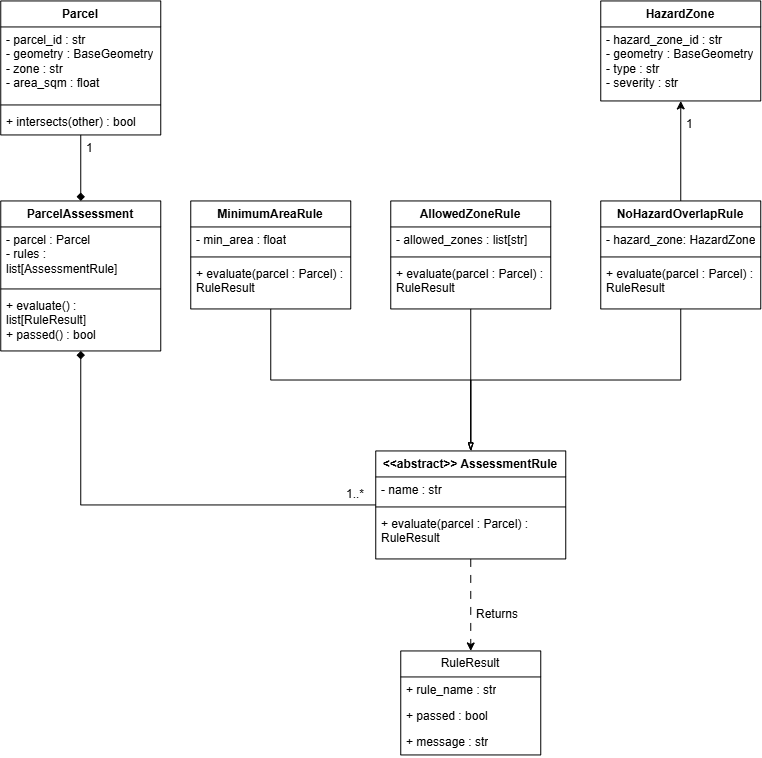
Before: diagrams/lab5_uml.png, a diagram exported from draw.io (allysamaxined/gme205-lab5). Source tidied: cells renumbered, new cells last; positions are measured from the earlier drawing's top-left corner, leaving out a move shared by most shapes. The source it was exported from:
```xml
<mxGraphModel background="light-dark(#FFFFFF,#121212)">
  <root>
    <mxCell id="0" />
    <mxCell id="1" parent="0" />
    <mxCell id="2" style="edgeStyle=orthogonalEdgeStyle;rounded=0;jettySize=auto;html=1;exitX=0.5;exitY=1;exitDx=0;exitDy=0;entryX=0.5;entryY=0;entryDx=0;entryDy=0;endArrow=diamond;endFill=1;" parent="1" edge="1" source="3" target="33">
      <mxGeometry relative="1" as="geometry" />
    </mxCell>
    <mxCell id="3" value="Parcel" style="swimlane;fontStyle=1;align=center;verticalAlign=top;horizontal=1;startSize=26;whiteSpace=wrap;html=1;" parent="1" vertex="1">
      <mxGeometry width="160" height="134" as="geometry" />
    </mxCell>
    <mxCell id="4" value="- parcel_id : str&lt;div&gt;- geometry : BaseGeometry&lt;/div&gt;&lt;div&gt;- zone : str&lt;/div&gt;&lt;div&gt;- area_sqm : float&lt;/div&gt;" style="text;strokeColor=none;fillColor=none;align=left;verticalAlign=top;spacingLeft=4;spacingRight=4;overflow=hidden;whiteSpace=wrap;html=1;" parent="3" vertex="1">
      <mxGeometry y="26" width="160" height="74" as="geometry" />
    </mxCell>
    <mxCell id="5" style="line;strokeWidth=1;fillColor=none;align=left;verticalAlign=middle;spacingTop=-1;spacingLeft=3;spacingRight=3;labelPosition=right;strokeColor=inherit;" parent="3" vertex="1">
      <mxGeometry y="100" width="160" height="8" as="geometry" />
    </mxCell>
    <mxCell id="6" value="+ intersects(other) : bool" style="text;strokeColor=none;fillColor=none;align=left;verticalAlign=top;spacingLeft=4;spacingRight=4;overflow=hidden;whiteSpace=wrap;html=1;" parent="3" vertex="1">
      <mxGeometry y="108" width="160" height="26" as="geometry" />
    </mxCell>
    <mxCell id="7" style="edgeStyle=orthogonalEdgeStyle;rounded=0;jettySize=auto;html=1;exitX=0.5;exitY=1;exitDx=0;exitDy=0;entryX=0.5;entryY=0;entryDx=0;entryDy=0;dashed=1;dashPattern=8 8;" parent="1" edge="1" source="9" target="29">
      <mxGeometry relative="1" as="geometry" />
    </mxCell>
    <mxCell id="8" style="edgeStyle=orthogonalEdgeStyle;rounded=0;jettySize=auto;html=1;exitX=0;exitY=0.5;exitDx=0;exitDy=0;endArrow=diamond;endFill=1;" parent="1" edge="1" source="9">
      <mxGeometry relative="1" as="geometry">
        <mxPoint x="80" y="350" as="targetPoint" />
      </mxGeometry>
    </mxCell>
    <mxCell id="9" value="&amp;lt;&amp;lt;abstract&amp;gt;&amp;gt; AssessmentRule" style="swimlane;fontStyle=1;align=center;verticalAlign=top;horizontal=1;startSize=26;whiteSpace=wrap;html=1;" parent="1" vertex="1">
      <mxGeometry x="375" y="450" width="190" height="108" as="geometry" />
    </mxCell>
    <mxCell id="10" value="- name : str" style="text;strokeColor=none;fillColor=none;align=left;verticalAlign=top;spacingLeft=4;spacingRight=4;overflow=hidden;whiteSpace=wrap;html=1;" parent="9" vertex="1">
      <mxGeometry y="26" width="190" height="26" as="geometry" />
    </mxCell>
    <mxCell id="11" style="line;strokeWidth=1;fillColor=none;align=left;verticalAlign=middle;spacingTop=-1;spacingLeft=3;spacingRight=3;labelPosition=right;strokeColor=inherit;" parent="9" vertex="1">
      <mxGeometry y="52" width="190" height="8" as="geometry" />
    </mxCell>
    <mxCell id="12" value="+ evaluate(parcel : Parcel) : RuleResult" style="text;strokeColor=none;fillColor=none;align=left;verticalAlign=top;spacingLeft=4;spacingRight=4;overflow=hidden;whiteSpace=wrap;html=1;" parent="9" vertex="1">
      <mxGeometry y="60" width="190" height="48" as="geometry" />
    </mxCell>
    <mxCell id="13" style="edgeStyle=orthogonalEdgeStyle;rounded=0;jettySize=auto;html=1;exitX=0.5;exitY=1;exitDx=0;exitDy=0;entryX=0.5;entryY=0;entryDx=0;entryDy=0;endArrow=blockThin;endFill=0;" parent="1" edge="1" source="14" target="9">
      <mxGeometry relative="1" as="geometry" />
    </mxCell>
    <mxCell id="14" value="MinimumAreaRule" style="swimlane;fontStyle=1;align=center;verticalAlign=top;horizontal=1;startSize=26;whiteSpace=wrap;html=1;" parent="1" vertex="1">
      <mxGeometry x="190" y="200" width="160" height="108" as="geometry" />
    </mxCell>
    <mxCell id="15" value="- min_area : float" style="text;strokeColor=none;fillColor=none;align=left;verticalAlign=top;spacingLeft=4;spacingRight=4;overflow=hidden;whiteSpace=wrap;html=1;" parent="14" vertex="1">
      <mxGeometry y="26" width="160" height="26" as="geometry" />
    </mxCell>
    <mxCell id="16" style="line;strokeWidth=1;fillColor=none;align=left;verticalAlign=middle;spacingTop=-1;spacingLeft=3;spacingRight=3;labelPosition=right;strokeColor=inherit;" parent="14" vertex="1">
      <mxGeometry y="52" width="160" height="8" as="geometry" />
    </mxCell>
    <mxCell id="17" value="+ evaluate(parcel : Parcel) : RuleResult" style="text;strokeColor=none;fillColor=none;align=left;verticalAlign=top;spacingLeft=4;spacingRight=4;overflow=hidden;whiteSpace=wrap;html=1;" parent="14" vertex="1">
      <mxGeometry y="60" width="160" height="48" as="geometry" />
    </mxCell>
    <mxCell id="18" style="edgeStyle=orthogonalEdgeStyle;rounded=0;jettySize=auto;html=1;exitX=0.5;exitY=1;exitDx=0;exitDy=0;entryX=0.5;entryY=0;entryDx=0;entryDy=0;endArrow=blockThin;endFill=0;" parent="1" edge="1" source="19" target="9">
      <mxGeometry relative="1" as="geometry" />
    </mxCell>
    <mxCell id="19" value="AllowedZoneRule" style="swimlane;fontStyle=1;align=center;verticalAlign=top;horizontal=1;startSize=26;whiteSpace=wrap;html=1;" parent="1" vertex="1">
      <mxGeometry x="390" y="200" width="160" height="108" as="geometry" />
    </mxCell>
    <mxCell id="20" value="- allowed_zones : list[str]" style="text;strokeColor=none;fillColor=none;align=left;verticalAlign=top;spacingLeft=4;spacingRight=4;overflow=hidden;whiteSpace=wrap;html=1;" parent="19" vertex="1">
      <mxGeometry y="26" width="160" height="26" as="geometry" />
    </mxCell>
    <mxCell id="21" style="line;strokeWidth=1;fillColor=none;align=left;verticalAlign=middle;spacingTop=-1;spacingLeft=3;spacingRight=3;labelPosition=right;strokeColor=inherit;" parent="19" vertex="1">
      <mxGeometry y="52" width="160" height="8" as="geometry" />
    </mxCell>
    <mxCell id="22" value="+ evaluate(parcel : Parcel) : RuleResult" style="text;strokeColor=none;fillColor=none;align=left;verticalAlign=top;spacingLeft=4;spacingRight=4;overflow=hidden;whiteSpace=wrap;html=1;" parent="19" vertex="1">
      <mxGeometry y="60" width="160" height="48" as="geometry" />
    </mxCell>
    <mxCell id="23" style="edgeStyle=orthogonalEdgeStyle;rounded=0;jettySize=auto;html=1;exitX=0.5;exitY=1;exitDx=0;exitDy=0;entryX=0.5;entryY=0;entryDx=0;entryDy=0;endArrow=blockThin;endFill=0;" parent="1" edge="1" source="25" target="9">
      <mxGeometry relative="1" as="geometry" />
    </mxCell>
    <mxCell id="24" style="edgeStyle=orthogonalEdgeStyle;rounded=0;jettySize=auto;html=1;exitX=0.5;exitY=0;exitDx=0;exitDy=0;entryX=0.5;entryY=1;entryDx=0;entryDy=0;" parent="1" edge="1" source="25" target="38">
      <mxGeometry relative="1" as="geometry" />
    </mxCell>
    <mxCell id="25" value="NoHazardOverlapRule" style="swimlane;fontStyle=1;align=center;verticalAlign=top;horizontal=1;startSize=26;whiteSpace=wrap;html=1;" parent="1" vertex="1">
      <mxGeometry x="600" y="200" width="160" height="108" as="geometry" />
    </mxCell>
    <mxCell id="26" value="- hazard_zone: HazardZone" style="text;strokeColor=none;fillColor=none;align=left;verticalAlign=top;spacingLeft=4;spacingRight=4;overflow=hidden;whiteSpace=wrap;html=1;" parent="25" vertex="1">
      <mxGeometry y="26" width="160" height="26" as="geometry" />
    </mxCell>
    <mxCell id="27" style="line;strokeWidth=1;fillColor=none;align=left;verticalAlign=middle;spacingTop=-1;spacingLeft=3;spacingRight=3;labelPosition=right;strokeColor=inherit;" parent="25" vertex="1">
      <mxGeometry y="52" width="160" height="8" as="geometry" />
    </mxCell>
    <mxCell id="28" value="+ evaluate(parcel : Parcel) : RuleResult" style="text;strokeColor=none;fillColor=none;align=left;verticalAlign=top;spacingLeft=4;spacingRight=4;overflow=hidden;whiteSpace=wrap;html=1;" parent="25" vertex="1">
      <mxGeometry y="60" width="160" height="48" as="geometry" />
    </mxCell>
    <mxCell id="29" value="RuleResult" style="swimlane;fontStyle=0;horizontal=1;startSize=26;fillColor=none;whiteSpace=wrap;html=1;" parent="1" vertex="1">
      <mxGeometry x="400" y="650" width="140" height="104" as="geometry" />
    </mxCell>
    <mxCell id="30" value="+ rule_name : str" style="text;strokeColor=none;fillColor=none;align=left;verticalAlign=top;spacingLeft=4;spacingRight=4;overflow=hidden;whiteSpace=wrap;html=1;" parent="29" vertex="1">
      <mxGeometry y="26" width="140" height="26" as="geometry" />
    </mxCell>
    <mxCell id="31" value="+ passed : bool" style="text;strokeColor=none;fillColor=none;align=left;verticalAlign=top;spacingLeft=4;spacingRight=4;overflow=hidden;whiteSpace=wrap;html=1;" parent="29" vertex="1">
      <mxGeometry y="52" width="140" height="26" as="geometry" />
    </mxCell>
    <mxCell id="32" value="+ message : str" style="text;strokeColor=none;fillColor=none;align=left;verticalAlign=top;spacingLeft=4;spacingRight=4;overflow=hidden;whiteSpace=wrap;html=1;" parent="29" vertex="1">
      <mxGeometry y="78" width="140" height="26" as="geometry" />
    </mxCell>
    <mxCell id="33" value="ParcelAssessment" style="swimlane;fontStyle=1;align=center;verticalAlign=top;horizontal=1;startSize=26;whiteSpace=wrap;html=1;" parent="1" vertex="1">
      <mxGeometry y="200" width="160" height="150" as="geometry" />
    </mxCell>
    <mxCell id="34" value="- parcel : Parcel&lt;div&gt;- rules : list[AssessmentRule]&lt;/div&gt;" style="text;strokeColor=none;fillColor=none;align=left;verticalAlign=top;spacingLeft=4;spacingRight=4;overflow=hidden;points=[[0,0.5],[1,0.5]];portConstraint=eastwest;whiteSpace=wrap;html=1;" parent="33" vertex="1">
      <mxGeometry y="26" width="160" height="58" as="geometry" />
    </mxCell>
    <mxCell id="35" style="line;strokeWidth=1;fillColor=none;align=left;verticalAlign=middle;spacingTop=-1;spacingLeft=3;spacingRight=3;labelPosition=right;strokeColor=inherit;" parent="33" vertex="1">
      <mxGeometry y="84" width="160" height="8" as="geometry" />
    </mxCell>
    <mxCell id="36" value="+ evaluate() : list[RuleResult]&lt;div&gt;+ passed() : bool&lt;/div&gt;" style="text;strokeColor=none;fillColor=none;align=left;verticalAlign=top;spacingLeft=4;spacingRight=4;overflow=hidden;whiteSpace=wrap;html=1;" parent="33" vertex="1">
      <mxGeometry y="92" width="160" height="58" as="geometry" />
    </mxCell>
    <mxCell id="37" style="edgeStyle=orthogonalEdgeStyle;rounded=0;orthogonalLoop=1;jettySize=auto;html=1;innerLoopWaypoints=1;exitX=1;exitY=0.5;exitDx=0;exitDy=0;" parent="33" edge="1" source="34" target="34">
      <mxGeometry relative="1" as="geometry" />
    </mxCell>
    <mxCell id="38" value="HazardZone" style="swimlane;fontStyle=1;align=center;verticalAlign=top;horizontal=1;startSize=26;whiteSpace=wrap;html=1;" parent="1" vertex="1">
      <mxGeometry x="600" width="160" height="100" as="geometry" />
    </mxCell>
    <mxCell id="39" value="- hazard_zone_id : str&lt;div&gt;- geometry : BaseGeometry&lt;/div&gt;&lt;div&gt;- type : str&lt;/div&gt;&lt;div&gt;- severity : str&lt;/div&gt;" style="text;strokeColor=none;fillColor=none;align=left;verticalAlign=top;spacingLeft=4;spacingRight=4;overflow=hidden;whiteSpace=wrap;html=1;" parent="38" vertex="1">
      <mxGeometry y="26" width="160" height="74" as="geometry" />
    </mxCell>
    <mxCell id="40" value="1" style="text;strokeColor=none;fillColor=none;align=left;verticalAlign=top;spacingLeft=4;spacingRight=4;overflow=hidden;whiteSpace=wrap;html=1;" parent="1" vertex="1">
      <mxGeometry x="80" y="134" width="20" height="26" as="geometry" />
    </mxCell>
    <mxCell id="41" value="1..*" style="text;strokeColor=none;fillColor=none;align=left;verticalAlign=top;spacingLeft=4;spacingRight=4;overflow=hidden;whiteSpace=wrap;html=1;" parent="1" vertex="1">
      <mxGeometry x="340" y="480" width="30" height="26" as="geometry" />
    </mxCell>
    <mxCell id="42" value="1" style="text;strokeColor=none;fillColor=none;align=left;verticalAlign=top;spacingLeft=4;spacingRight=4;overflow=hidden;whiteSpace=wrap;html=1;" parent="1" vertex="1">
      <mxGeometry x="680" y="110" width="20" height="26" as="geometry" />
    </mxCell>
    <mxCell id="43" value="Returns" style="text;strokeColor=none;fillColor=none;align=left;verticalAlign=top;spacingLeft=4;spacingRight=4;overflow=hidden;whiteSpace=wrap;html=1;" parent="1" vertex="1">
      <mxGeometry x="470" y="600" width="60" height="26" as="geometry" />
    </mxCell>
  </root>
</mxGraphModel>
```
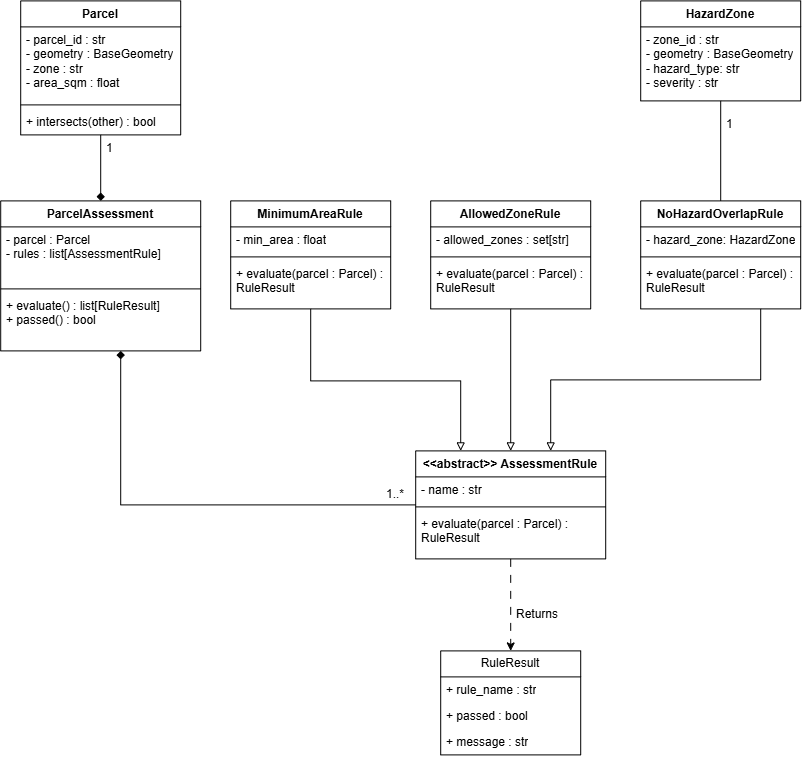
The same file after the commit.

Diff of the diagram source:
```diff
@@ -6,7 +6,7 @@
       <mxGeometry relative="1" as="geometry" />
     </mxCell>
     <mxCell id="3" value="Parcel" style="swimlane;fontStyle=1;align=center;verticalAlign=top;horizontal=1;startSize=26;whiteSpace=wrap;html=1;" parent="1" vertex="1">
-      <mxGeometry width="160" height="134" as="geometry" />
+      <mxGeometry x="-20" width="160" height="134" as="geometry" />
     </mxCell>
     <mxCell id="4" value="- parcel_id : str&lt;div&gt;- geometry : BaseGeometry&lt;/div&gt;&lt;div&gt;- zone : str&lt;/div&gt;&lt;div&gt;- area_sqm : float&lt;/div&gt;" style="text;strokeColor=none;fillColor=none;align=left;verticalAlign=top;spacingLeft=4;spacingRight=4;overflow=hidden;whiteSpace=wrap;html=1;" parent="3" vertex="1">
       <mxGeometry y="26" width="160" height="74" as="geometry" />
@@ -37,8 +37,14 @@
     <mxCell id="12" value="+ evaluate(parcel : Parcel) : RuleResult" style="text;strokeColor=none;fillColor=none;align=left;verticalAlign=top;spacingLeft=4;spacingRight=4;overflow=hidden;whiteSpace=wrap;html=1;" parent="9" vertex="1">
       <mxGeometry y="60" width="190" height="48" as="geometry" />
     </mxCell>
-    <mxCell id="13" style="edgeStyle=orthogonalEdgeStyle;rounded=0;jettySize=auto;html=1;exitX=0.5;exitY=1;exitDx=0;exitDy=0;entryX=0.5;entryY=0;entryDx=0;entryDy=0;endArrow=blockThin;endFill=0;" parent="1" edge="1" source="14" target="9">
-      <mxGeometry relative="1" as="geometry" />
+    <mxCell id="13" style="edgeStyle=orthogonalEdgeStyle;rounded=0;jettySize=auto;html=1;exitX=0.5;exitY=1;exitDx=0;exitDy=0;endArrow=block;endFill=0;" parent="1" edge="1" source="14">
+      <mxGeometry relative="1" as="geometry">
+        <mxPoint x="420" y="450" as="targetPoint" />
+        <Array as="points">
+          <mxPoint x="270" y="380" />
+          <mxPoint x="420" y="380" />
+        </Array>
+      </mxGeometry>
     </mxCell>
     <mxCell id="14" value="MinimumAreaRule" style="swimlane;fontStyle=1;align=center;verticalAlign=top;horizontal=1;startSize=26;whiteSpace=wrap;html=1;" parent="1" vertex="1">
       <mxGeometry x="190" y="200" width="160" height="108" as="geometry" />
@@ -52,13 +58,13 @@
     <mxCell id="17" value="+ evaluate(parcel : Parcel) : RuleResult" style="text;strokeColor=none;fillColor=none;align=left;verticalAlign=top;spacingLeft=4;spacingRight=4;overflow=hidden;whiteSpace=wrap;html=1;" parent="14" vertex="1">
       <mxGeometry y="60" width="160" height="48" as="geometry" />
     </mxCell>
-    <mxCell id="18" style="edgeStyle=orthogonalEdgeStyle;rounded=0;jettySize=auto;html=1;exitX=0.5;exitY=1;exitDx=0;exitDy=0;entryX=0.5;entryY=0;entryDx=0;entryDy=0;endArrow=blockThin;endFill=0;" parent="1" edge="1" source="19" target="9">
+    <mxCell id="18" style="edgeStyle=orthogonalEdgeStyle;rounded=0;jettySize=auto;html=1;exitX=0.5;exitY=1;exitDx=0;exitDy=0;entryX=0.5;entryY=0;entryDx=0;entryDy=0;endArrow=block;endFill=0;" parent="1" edge="1" source="19" target="9">
       <mxGeometry relative="1" as="geometry" />
     </mxCell>
     <mxCell id="19" value="AllowedZoneRule" style="swimlane;fontStyle=1;align=center;verticalAlign=top;horizontal=1;startSize=26;whiteSpace=wrap;html=1;" parent="1" vertex="1">
       <mxGeometry x="390" y="200" width="160" height="108" as="geometry" />
     </mxCell>
-    <mxCell id="20" value="- allowed_zones : list[str]" style="text;strokeColor=none;fillColor=none;align=left;verticalAlign=top;spacingLeft=4;spacingRight=4;overflow=hidden;whiteSpace=wrap;html=1;" parent="19" vertex="1">
+    <mxCell id="20" value="- allowed_zones : set[str]" style="text;strokeColor=none;fillColor=none;align=left;verticalAlign=top;spacingLeft=4;spacingRight=4;overflow=hidden;whiteSpace=wrap;html=1;" parent="19" vertex="1">
       <mxGeometry y="26" width="160" height="26" as="geometry" />
     </mxCell>
     <mxCell id="21" style="line;strokeWidth=1;fillColor=none;align=left;verticalAlign=middle;spacingTop=-1;spacingLeft=3;spacingRight=3;labelPosition=right;strokeColor=inherit;" parent="19" vertex="1">
@@ -67,10 +73,17 @@
     <mxCell id="22" value="+ evaluate(parcel : Parcel) : RuleResult" style="text;strokeColor=none;fillColor=none;align=left;verticalAlign=top;spacingLeft=4;spacingRight=4;overflow=hidden;whiteSpace=wrap;html=1;" parent="19" vertex="1">
       <mxGeometry y="60" width="160" height="48" as="geometry" />
     </mxCell>
-    <mxCell id="23" style="edgeStyle=orthogonalEdgeStyle;rounded=0;jettySize=auto;html=1;exitX=0.5;exitY=1;exitDx=0;exitDy=0;entryX=0.5;entryY=0;entryDx=0;entryDy=0;endArrow=blockThin;endFill=0;" parent="1" edge="1" source="25" target="9">
-      <mxGeometry relative="1" as="geometry" />
+    <mxCell id="23" style="edgeStyle=orthogonalEdgeStyle;rounded=0;orthogonalLoop=1;jettySize=auto;html=1;exitX=0.5;exitY=1;exitDx=0;exitDy=0;entryX=0.5;entryY=0;entryDx=0;entryDy=0;endArrow=block;endFill=0;" parent="1" edge="1">
+      <mxGeometry relative="1" as="geometry">
+        <mxPoint x="720" y="308" as="sourcePoint" />
+        <mxPoint x="510" y="450" as="targetPoint" />
+        <Array as="points">
+          <mxPoint x="720" y="379" />
+          <mxPoint x="510" y="379" />
+        </Array>
+      </mxGeometry>
     </mxCell>
-    <mxCell id="24" style="edgeStyle=orthogonalEdgeStyle;rounded=0;jettySize=auto;html=1;exitX=0.5;exitY=0;exitDx=0;exitDy=0;entryX=0.5;entryY=1;entryDx=0;entryDy=0;" parent="1" edge="1" source="25" target="38">
+    <mxCell id="24" style="edgeStyle=orthogonalEdgeStyle;rounded=0;jettySize=auto;html=1;exitX=0.5;exitY=0;exitDx=0;exitDy=0;entryX=0.5;entryY=1;entryDx=0;entryDy=0;endArrow=none;endFill=0;" parent="1" edge="1" source="25" target="38">
       <mxGeometry relative="1" as="geometry" />
     </mxCell>
     <mxCell id="25" value="NoHazardOverlapRule" style="swimlane;fontStyle=1;align=center;verticalAlign=top;horizontal=1;startSize=26;whiteSpace=wrap;html=1;" parent="1" vertex="1">
@@ -98,16 +111,16 @@
       <mxGeometry y="78" width="140" height="26" as="geometry" />
     </mxCell>
     <mxCell id="33" value="ParcelAssessment" style="swimlane;fontStyle=1;align=center;verticalAlign=top;horizontal=1;startSize=26;whiteSpace=wrap;html=1;" parent="1" vertex="1">
-      <mxGeometry y="200" width="160" height="150" as="geometry" />
+      <mxGeometry x="-40" y="200" width="200" height="150" as="geometry" />
     </mxCell>
     <mxCell id="34" value="- parcel : Parcel&lt;div&gt;- rules : list[AssessmentRule]&lt;/div&gt;" style="text;strokeColor=none;fillColor=none;align=left;verticalAlign=top;spacingLeft=4;spacingRight=4;overflow=hidden;points=[[0,0.5],[1,0.5]];portConstraint=eastwest;whiteSpace=wrap;html=1;" parent="33" vertex="1">
-      <mxGeometry y="26" width="160" height="58" as="geometry" />
+      <mxGeometry y="26" width="200" height="58" as="geometry" />
     </mxCell>
     <mxCell id="35" style="line;strokeWidth=1;fillColor=none;align=left;verticalAlign=middle;spacingTop=-1;spacingLeft=3;spacingRight=3;labelPosition=right;strokeColor=inherit;" parent="33" vertex="1">
-      <mxGeometry y="84" width="160" height="8" as="geometry" />
+      <mxGeometry y="84" width="200" height="8" as="geometry" />
     </mxCell>
     <mxCell id="36" value="+ evaluate() : list[RuleResult]&lt;div&gt;+ passed() : bool&lt;/div&gt;" style="text;strokeColor=none;fillColor=none;align=left;verticalAlign=top;spacingLeft=4;spacingRight=4;overflow=hidden;whiteSpace=wrap;html=1;" parent="33" vertex="1">
-      <mxGeometry y="92" width="160" height="58" as="geometry" />
+      <mxGeometry y="92" width="200" height="58" as="geometry" />
     </mxCell>
     <mxCell id="37" style="edgeStyle=orthogonalEdgeStyle;rounded=0;orthogonalLoop=1;jettySize=auto;html=1;innerLoopWaypoints=1;exitX=1;exitY=0.5;exitDx=0;exitDy=0;" parent="33" edge="1" source="34" target="34">
       <mxGeometry relative="1" as="geometry" />
@@ -115,11 +128,11 @@
     <mxCell id="38" value="HazardZone" style="swimlane;fontStyle=1;align=center;verticalAlign=top;horizontal=1;startSize=26;whiteSpace=wrap;html=1;" parent="1" vertex="1">
       <mxGeometry x="600" width="160" height="100" as="geometry" />
     </mxCell>
-    <mxCell id="39" value="- hazard_zone_id : str&lt;div&gt;- geometry : BaseGeometry&lt;/div&gt;&lt;div&gt;- type : str&lt;/div&gt;&lt;div&gt;- severity : str&lt;/div&gt;" style="text;strokeColor=none;fillColor=none;align=left;verticalAlign=top;spacingLeft=4;spacingRight=4;overflow=hidden;whiteSpace=wrap;html=1;" parent="38" vertex="1">
+    <mxCell id="39" value="- zone_id : str&lt;div&gt;- geometry : BaseGeometry&lt;/div&gt;&lt;div&gt;- hazard_type: str&lt;/div&gt;&lt;div&gt;- severity : str&lt;/div&gt;" style="text;strokeColor=none;fillColor=none;align=left;verticalAlign=top;spacingLeft=4;spacingRight=4;overflow=hidden;whiteSpace=wrap;html=1;" parent="38" vertex="1">
       <mxGeometry y="26" width="160" height="74" as="geometry" />
     </mxCell>
     <mxCell id="40" value="1" style="text;strokeColor=none;fillColor=none;align=left;verticalAlign=top;spacingLeft=4;spacingRight=4;overflow=hidden;whiteSpace=wrap;html=1;" parent="1" vertex="1">
-      <mxGeometry x="80" y="134" width="20" height="26" as="geometry" />
+      <mxGeometry x="60" y="134" width="20" height="26" as="geometry" />
     </mxCell>
     <mxCell id="41" value="1..*" style="text;strokeColor=none;fillColor=none;align=left;verticalAlign=top;spacingLeft=4;spacingRight=4;overflow=hidden;whiteSpace=wrap;html=1;" parent="1" vertex="1">
       <mxGeometry x="340" y="480" width="30" height="26" as="geometry" />
```
